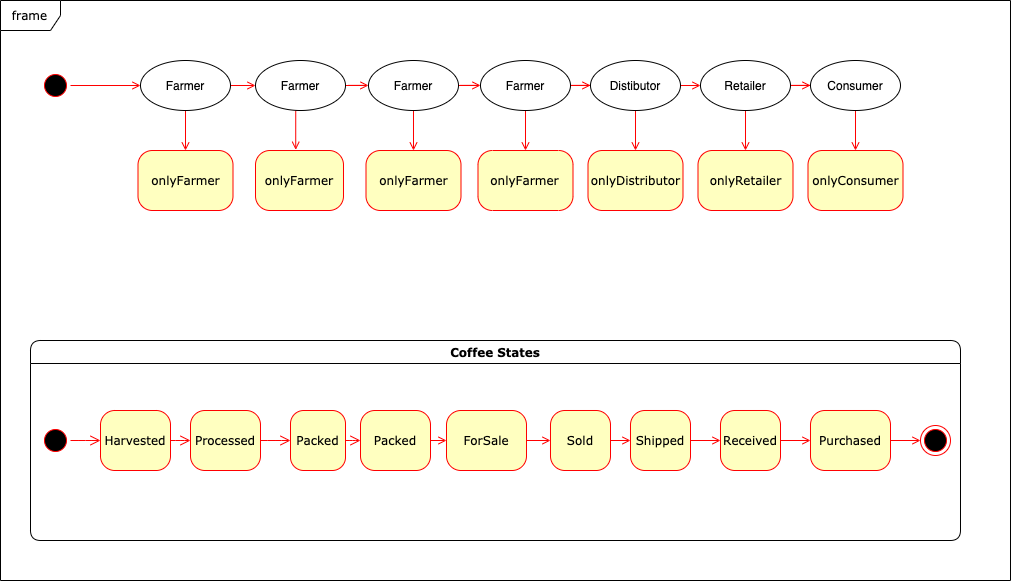
bartosz-lipinski/supplychain-mgmt keeps this draw.io diagram as images/state-diagram.png. Above is the earlier version. Source tidied: cells renumbered, new cells last; positions are measured from the earlier drawing's top-left corner, leaving out a move shared by most shapes.
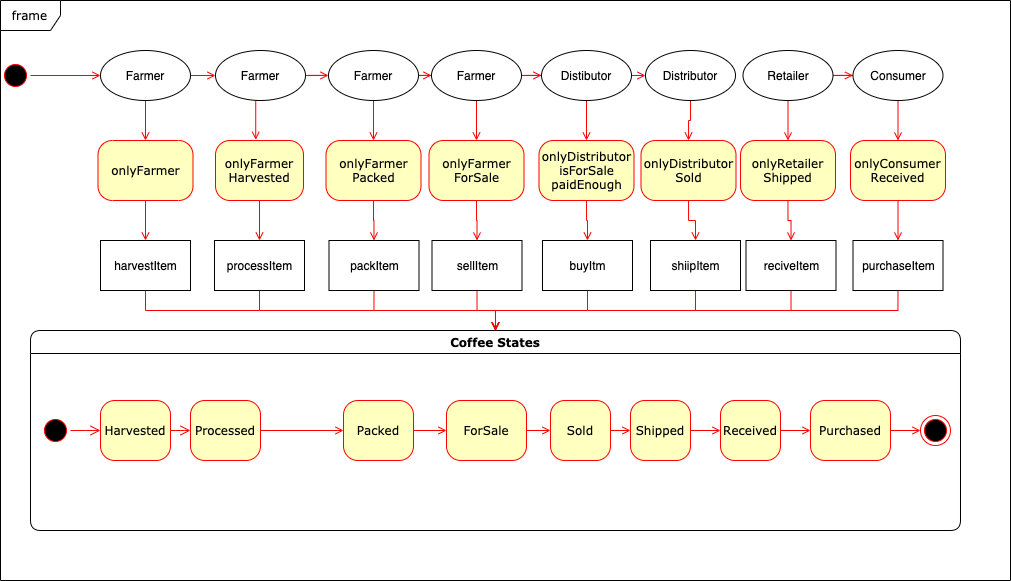
The same file after the commit.

What changed in the source:
```diff
@@ -3,7 +3,7 @@
     <mxCell id="0" />
     <mxCell id="1" parent="0" />
     <mxCell id="2" value="frame" style="shape=umlFrame;whiteSpace=wrap;html=1;rounded=1;shadow=0;comic=0;labelBackgroundColor=none;strokeWidth=1;fontFamily=Verdana;fontSize=12;align=center;" parent="1" vertex="1">
-      <mxGeometry width="1010" height="580" as="geometry" />
+      <mxGeometry x="40" y="10" width="1010" height="580" as="geometry" />
     </mxCell>
     <mxCell id="3" style="edgeStyle=orthogonalEdgeStyle;rounded=0;jettySize=auto;html=1;exitX=0.5;exitY=0;exitDx=0;exitDy=0;endArrow=open;endFill=0;strokeColor=#FF0000;" parent="1" edge="1" source="4" target="30">
       <mxGeometry relative="1" as="geometry" />
@@ -11,11 +11,14 @@
     <mxCell id="4" style="ellipse;html=1;shape=startState;fillColor=#000000;strokeColor=#ff0000;rounded=1;shadow=0;comic=0;labelBackgroundColor=none;fontFamily=Verdana;fontSize=12;fontColor=#000000;align=center;direction=south;" parent="1" vertex="1">
       <mxGeometry x="40" y="70" width="30" height="30" as="geometry" />
     </mxCell>
+    <mxCell id="54" style="edgeStyle=orthogonalEdgeStyle;rounded=0;jettySize=auto;html=1;exitX=0.5;exitY=1;exitDx=0;exitDy=0;entryX=0.5;entryY=0;entryDx=0;entryDy=0;endArrow=open;endFill=0;strokeColor=#FF0000;" parent="1" edge="1" source="5" target="66">
+      <mxGeometry relative="1" as="geometry" />
+    </mxCell>
     <mxCell id="5" value="onlyFarmer" style="rounded=1;whiteSpace=wrap;html=1;arcSize=24;fillColor=#ffffc0;strokeColor=#ff0000;shadow=0;comic=0;labelBackgroundColor=none;fontFamily=Verdana;fontSize=12;fontColor=#000000;align=center;" parent="1" vertex="1">
       <mxGeometry x="137.5" y="150" width="95" height="60" as="geometry" />
     </mxCell>
     <mxCell id="6" value="Coffee States" style="swimlane;whiteSpace=wrap;html=1;rounded=1;shadow=0;comic=0;labelBackgroundColor=none;strokeWidth=1;fontFamily=Verdana;fontSize=12;align=center;startSize=23;" parent="1" vertex="1">
-      <mxGeometry x="30" y="340" width="930" height="200" as="geometry" />
+      <mxGeometry x="70" y="340" width="930" height="200" as="geometry" />
     </mxCell>
     <mxCell id="7" style="edgeStyle=elbowEdgeStyle;html=1;labelBackgroundColor=none;endArrow=open;endSize=8;strokeColor=#ff0000;fontFamily=Verdana;fontSize=12;align=left;" parent="6" edge="1" source="8" target="13">
       <mxGeometry relative="1" as="geometry" />
@@ -32,54 +35,45 @@
     <mxCell id="11" style="ellipse;html=1;shape=startState;fillColor=#000000;strokeColor=#ff0000;rounded=1;shadow=0;comic=0;labelBackgroundColor=none;fontFamily=Verdana;fontSize=12;fontColor=#000000;align=center;direction=south;" parent="6" vertex="1">
       <mxGeometry x="10" y="85" width="30" height="30" as="geometry" />
     </mxCell>
-    <mxCell id="12" style="edgeStyle=elbowEdgeStyle;html=1;labelBackgroundColor=none;endArrow=open;endSize=8;strokeColor=#ff0000;fontFamily=Verdana;fontSize=12;align=left;" parent="6" edge="1" source="13" target="14">
-      <mxGeometry relative="1" as="geometry" />
-    </mxCell>
     <mxCell id="13" value="Processed" style="rounded=1;whiteSpace=wrap;html=1;arcSize=24;fillColor=#ffffc0;strokeColor=#ff0000;shadow=0;comic=0;labelBackgroundColor=none;fontFamily=Verdana;fontSize=12;fontColor=#000000;align=center;" parent="6" vertex="1">
       <mxGeometry x="160" y="70" width="70" height="60" as="geometry" />
     </mxCell>
-    <mxCell id="14" value="Packed" style="rounded=1;whiteSpace=wrap;html=1;arcSize=24;fillColor=#ffffc0;strokeColor=#ff0000;shadow=0;comic=0;labelBackgroundColor=none;fontFamily=Verdana;fontSize=12;fontColor=#000000;align=center;" parent="6" vertex="1">
-      <mxGeometry x="260" y="70" width="55" height="60" as="geometry" />
-    </mxCell>
     <mxCell id="15" style="edgeStyle=orthogonalEdgeStyle;rounded=0;jettySize=auto;html=1;exitX=1;exitY=0.5;exitDx=0;exitDy=0;entryX=0;entryY=0.5;entryDx=0;entryDy=0;endArrow=open;endFill=0;strokeColor=#FF0000;" parent="1" edge="1" source="16" target="24">
       <mxGeometry relative="1" as="geometry" />
     </mxCell>
     <mxCell id="16" value="Shipped" style="rounded=1;whiteSpace=wrap;html=1;arcSize=24;fillColor=#ffffc0;strokeColor=#ff0000;shadow=0;comic=0;labelBackgroundColor=none;fontFamily=Verdana;fontSize=12;fontColor=#000000;align=center;" parent="1" vertex="1">
-      <mxGeometry x="630" y="410" width="60" height="60" as="geometry" />
+      <mxGeometry x="670" y="410" width="60" height="60" as="geometry" />
     </mxCell>
     <mxCell id="17" style="edgeStyle=orthogonalEdgeStyle;rounded=0;jettySize=auto;html=1;exitX=1;exitY=0.5;exitDx=0;exitDy=0;entryX=0;entryY=0.5;entryDx=0;entryDy=0;endArrow=open;endFill=0;strokeColor=#FF0000;" parent="1" edge="1" source="18" target="16">
       <mxGeometry relative="1" as="geometry" />
     </mxCell>
     <mxCell id="18" value="Sold" style="rounded=1;whiteSpace=wrap;html=1;arcSize=24;fillColor=#ffffc0;strokeColor=#ff0000;shadow=0;comic=0;labelBackgroundColor=none;fontFamily=Verdana;fontSize=12;fontColor=#000000;align=center;" parent="1" vertex="1">
-      <mxGeometry x="550" y="410" width="60" height="60" as="geometry" />
+      <mxGeometry x="590" y="410" width="60" height="60" as="geometry" />
     </mxCell>
     <mxCell id="19" style="edgeStyle=orthogonalEdgeStyle;rounded=0;jettySize=auto;html=1;exitX=1;exitY=0.5;exitDx=0;exitDy=0;entryX=0;entryY=0.5;entryDx=0;entryDy=0;endArrow=open;endFill=0;strokeColor=#FF0000;" parent="1" edge="1" source="20" target="18">
       <mxGeometry relative="1" as="geometry" />
     </mxCell>
     <mxCell id="20" value="ForSale" style="rounded=1;whiteSpace=wrap;html=1;arcSize=24;fillColor=#ffffc0;strokeColor=#ff0000;shadow=0;comic=0;labelBackgroundColor=none;fontFamily=Verdana;fontSize=12;fontColor=#000000;align=center;" parent="1" vertex="1">
-      <mxGeometry x="446" y="410" width="80" height="60" as="geometry" />
+      <mxGeometry x="486" y="410" width="80" height="60" as="geometry" />
     </mxCell>
     <mxCell id="21" style="edgeStyle=orthogonalEdgeStyle;rounded=0;jettySize=auto;html=1;exitX=1;exitY=0.5;exitDx=0;exitDy=0;entryX=0;entryY=0.5;entryDx=0;entryDy=0;fillColor=#f8cecc;strokeColor=#FF0000;endArrow=open;endFill=0;" parent="1" edge="1" source="22" target="20">
       <mxGeometry relative="1" as="geometry" />
     </mxCell>
     <mxCell id="22" value="Packed" style="rounded=1;whiteSpace=wrap;html=1;arcSize=24;fillColor=#ffffc0;strokeColor=#ff0000;shadow=0;comic=0;labelBackgroundColor=none;fontFamily=Verdana;fontSize=12;fontColor=#000000;align=center;" parent="1" vertex="1">
-      <mxGeometry x="360" y="410" width="70" height="60" as="geometry" />
+      <mxGeometry x="383" y="410" width="70" height="60" as="geometry" />
     </mxCell>
     <mxCell id="23" style="edgeStyle=orthogonalEdgeStyle;rounded=0;jettySize=auto;html=1;exitX=1;exitY=0.5;exitDx=0;exitDy=0;entryX=0;entryY=0.5;entryDx=0;entryDy=0;endArrow=open;endFill=0;strokeColor=#FF0000;" parent="1" edge="1" source="24" target="26">
       <mxGeometry relative="1" as="geometry" />
     </mxCell>
     <mxCell id="24" value="Received" style="rounded=1;whiteSpace=wrap;html=1;arcSize=24;fillColor=#ffffc0;strokeColor=#ff0000;shadow=0;comic=0;labelBackgroundColor=none;fontFamily=Verdana;fontSize=12;fontColor=#000000;align=center;" parent="1" vertex="1">
-      <mxGeometry x="720" y="410" width="60" height="60" as="geometry" />
+      <mxGeometry x="760" y="410" width="60" height="60" as="geometry" />
     </mxCell>
     <mxCell id="25" style="edgeStyle=orthogonalEdgeStyle;rounded=0;jettySize=auto;html=1;exitX=1;exitY=0.5;exitDx=0;exitDy=0;entryX=0;entryY=0.5;entryDx=0;entryDy=0;endArrow=open;endFill=0;strokeColor=#FF0000;" parent="1" edge="1" source="26" target="9">
       <mxGeometry relative="1" as="geometry" />
     </mxCell>
     <mxCell id="26" value="Purchased" style="rounded=1;whiteSpace=wrap;html=1;arcSize=24;fillColor=#ffffc0;strokeColor=#ff0000;shadow=0;comic=0;labelBackgroundColor=none;fontFamily=Verdana;fontSize=12;fontColor=#000000;align=center;" parent="1" vertex="1">
-      <mxGeometry x="810" y="410" width="80" height="60" as="geometry" />
+      <mxGeometry x="850" y="410" width="80" height="60" as="geometry" />
     </mxCell>
-    <mxCell id="27" style="edgeStyle=elbowEdgeStyle;html=1;labelBackgroundColor=none;endArrow=open;endSize=8;strokeColor=#ff0000;fontFamily=Verdana;fontSize=12;align=left;entryX=0;entryY=0.5;entryDx=0;entryDy=0;" parent="1" edge="1" source="14" target="22">
-      <mxGeometry relative="1" as="geometry" />
-    </mxCell>
     <mxCell id="28" style="edgeStyle=orthogonalEdgeStyle;rounded=0;jettySize=auto;html=1;exitX=0.5;exitY=1;exitDx=0;exitDy=0;endArrow=open;endFill=0;strokeColor=#FF0000;" parent="1" edge="1" source="30" target="5">
       <mxGeometry relative="1" as="geometry" />
     </mxCell>
@@ -114,16 +108,16 @@
       <mxGeometry relative="1" as="geometry" />
     </mxCell>
     <mxCell id="39" value="Farmer" style="ellipse;whiteSpace=wrap;html=1;" parent="1" vertex="1">
-      <mxGeometry x="480" y="60" width="90" height="50" as="geometry" />
+      <mxGeometry x="471" y="60" width="90" height="50" as="geometry" />
     </mxCell>
-    <mxCell id="40" style="edgeStyle=orthogonalEdgeStyle;rounded=0;jettySize=auto;html=1;exitX=1;exitY=0.5;exitDx=0;exitDy=0;entryX=0;entryY=0.5;entryDx=0;entryDy=0;endArrow=open;endFill=0;strokeColor=#FF0000;" parent="1" edge="1" source="42" target="45">
-      <mxGeometry relative="1" as="geometry" />
-    </mxCell>
     <mxCell id="41" style="edgeStyle=orthogonalEdgeStyle;rounded=0;jettySize=auto;html=1;exitX=0.5;exitY=1;exitDx=0;exitDy=0;entryX=0.5;entryY=0;entryDx=0;entryDy=0;endArrow=open;endFill=0;strokeColor=#FF0000;" parent="1" edge="1" source="42" target="51">
       <mxGeometry relative="1" as="geometry" />
     </mxCell>
+    <mxCell id="55" style="edgeStyle=orthogonalEdgeStyle;rounded=0;jettySize=auto;html=1;exitX=1;exitY=0.5;exitDx=0;exitDy=0;entryX=0;entryY=0.5;entryDx=0;entryDy=0;endArrow=open;endFill=0;strokeColor=#FF0000;" parent="1" edge="1" source="42" target="78">
+      <mxGeometry relative="1" as="geometry" />
+    </mxCell>
     <mxCell id="42" value="Distibutor" style="ellipse;whiteSpace=wrap;html=1;" parent="1" vertex="1">
-      <mxGeometry x="590" y="60" width="90" height="50" as="geometry" />
+      <mxGeometry x="581" y="60" width="90" height="50" as="geometry" />
     </mxCell>
     <mxCell id="43" style="edgeStyle=orthogonalEdgeStyle;rounded=0;jettySize=auto;html=1;exitX=1;exitY=0.5;exitDx=0;exitDy=0;endArrow=open;endFill=0;strokeColor=#FF0000;" parent="1" edge="1" source="45" target="47">
       <mxGeometry relative="1" as="geometry" />
@@ -132,31 +126,112 @@
       <mxGeometry relative="1" as="geometry" />
     </mxCell>
     <mxCell id="45" value="Retailer" style="ellipse;whiteSpace=wrap;html=1;" parent="1" vertex="1">
-      <mxGeometry x="700" y="60" width="90" height="50" as="geometry" />
+      <mxGeometry x="782.5" y="60" width="90" height="50" as="geometry" />
     </mxCell>
     <mxCell id="46" style="edgeStyle=orthogonalEdgeStyle;rounded=0;jettySize=auto;html=1;exitX=0.5;exitY=1;exitDx=0;exitDy=0;endArrow=open;endFill=0;strokeColor=#FF0000;" parent="1" edge="1" source="47" target="53">
       <mxGeometry relative="1" as="geometry" />
     </mxCell>
     <mxCell id="47" value="Consumer" style="ellipse;whiteSpace=wrap;html=1;" parent="1" vertex="1">
-      <mxGeometry x="810" y="60" width="90" height="50" as="geometry" />
+      <mxGeometry x="892.5" y="60" width="90" height="50" as="geometry" />
     </mxCell>
+    <mxCell id="56" style="edgeStyle=orthogonalEdgeStyle;rounded=0;jettySize=auto;html=1;exitX=0.5;exitY=1;exitDx=0;exitDy=0;endArrow=open;endFill=0;strokeColor=#FF0000;" parent="1" edge="1" source="48" target="68">
+      <mxGeometry relative="1" as="geometry" />
+    </mxCell>
-    <mxCell id="48" value="onlyFarmer" style="rounded=1;whiteSpace=wrap;html=1;arcSize=24;fillColor=#ffffc0;strokeColor=#ff0000;shadow=0;comic=0;labelBackgroundColor=none;fontFamily=Verdana;fontSize=12;fontColor=#000000;align=center;" parent="1" vertex="1">
+    <mxCell id="48" value="onlyFarmer&lt;br&gt;Harvested" style="rounded=1;whiteSpace=wrap;html=1;arcSize=24;fillColor=#ffffc0;strokeColor=#ff0000;shadow=0;comic=0;labelBackgroundColor=none;fontFamily=Verdana;fontSize=12;fontColor=#000000;align=center;" parent="1" vertex="1">
       <mxGeometry x="255" y="150" width="88" height="60" as="geometry" />
     </mxCell>
+    <mxCell id="57" style="edgeStyle=orthogonalEdgeStyle;rounded=0;jettySize=auto;html=1;exitX=0.5;exitY=1;exitDx=0;exitDy=0;endArrow=open;endFill=0;strokeColor=#FF0000;" parent="1" edge="1" source="49" target="70">
+      <mxGeometry relative="1" as="geometry" />
+    </mxCell>
-    <mxCell id="49" value="onlyFarmer" style="rounded=1;whiteSpace=wrap;html=1;arcSize=24;fillColor=#ffffc0;strokeColor=#ff0000;shadow=0;comic=0;labelBackgroundColor=none;fontFamily=Verdana;fontSize=12;fontColor=#000000;align=center;" parent="1" vertex="1">
+    <mxCell id="49" value="onlyFarmer&lt;br&gt;Packed" style="rounded=1;whiteSpace=wrap;html=1;arcSize=24;fillColor=#ffffc0;strokeColor=#ff0000;shadow=0;comic=0;labelBackgroundColor=none;fontFamily=Verdana;fontSize=12;fontColor=#000000;align=center;" parent="1" vertex="1">
       <mxGeometry x="365.5" y="150" width="95" height="60" as="geometry" />
     </mxCell>
+    <mxCell id="58" style="edgeStyle=orthogonalEdgeStyle;rounded=0;jettySize=auto;html=1;exitX=0.5;exitY=1;exitDx=0;exitDy=0;entryX=0.5;entryY=0;entryDx=0;entryDy=0;endArrow=open;endFill=0;strokeColor=#FF0000;" parent="1" edge="1" source="50" target="72">
+      <mxGeometry relative="1" as="geometry" />
+    </mxCell>
-    <mxCell id="50" value="onlyFarmer" style="rounded=1;whiteSpace=wrap;html=1;arcSize=24;fillColor=#ffffc0;strokeColor=#ff0000;shadow=0;comic=0;labelBackgroundColor=none;fontFamily=Verdana;fontSize=12;fontColor=#000000;align=center;" parent="1" vertex="1">
-      <mxGeometry x="477.5" y="150" width="95" height="60" as="geometry" />
+    <mxCell id="50" value="onlyFarmer&lt;br&gt;ForSale" style="rounded=1;whiteSpace=wrap;html=1;arcSize=24;fillColor=#ffffc0;strokeColor=#ff0000;shadow=0;comic=0;labelBackgroundColor=none;fontFamily=Verdana;fontSize=12;fontColor=#000000;align=center;" parent="1" vertex="1">
+      <mxGeometry x="468.5" y="150" width="95" height="60" as="geometry" />
     </mxCell>
+    <mxCell id="59" style="edgeStyle=orthogonalEdgeStyle;rounded=0;jettySize=auto;html=1;exitX=0.5;exitY=1;exitDx=0;exitDy=0;entryX=0.5;entryY=0;entryDx=0;entryDy=0;endArrow=open;endFill=0;strokeColor=#FF0000;" parent="1" edge="1" source="51" target="74">
+      <mxGeometry relative="1" as="geometry" />
+    </mxCell>
-    <mxCell id="51" value="onlyDistributor" style="rounded=1;whiteSpace=wrap;html=1;arcSize=24;fillColor=#ffffc0;strokeColor=#ff0000;shadow=0;comic=0;labelBackgroundColor=none;fontFamily=Verdana;fontSize=12;fontColor=#000000;align=center;" parent="1" vertex="1">
-      <mxGeometry x="587.5" y="150" width="95" height="60" as="geometry" />
+    <mxCell id="51" value="onlyDistributor&lt;br&gt;isForSale&lt;br&gt;paidEnough" style="rounded=1;whiteSpace=wrap;html=1;arcSize=24;fillColor=#ffffc0;strokeColor=#ff0000;shadow=0;comic=0;labelBackgroundColor=none;fontFamily=Verdana;fontSize=12;fontColor=#000000;align=center;" parent="1" vertex="1">
+      <mxGeometry x="578.5" y="150" width="95" height="60" as="geometry" />
     </mxCell>
+    <mxCell id="60" style="edgeStyle=orthogonalEdgeStyle;rounded=0;jettySize=auto;html=1;endArrow=open;endFill=0;strokeColor=#FF0000;" parent="1" edge="1" source="52" target="76">
+      <mxGeometry relative="1" as="geometry" />
+    </mxCell>
-    <mxCell id="52" value="onlyRetailer" style="rounded=1;whiteSpace=wrap;html=1;arcSize=24;fillColor=#ffffc0;strokeColor=#ff0000;shadow=0;comic=0;labelBackgroundColor=none;fontFamily=Verdana;fontSize=12;fontColor=#000000;align=center;" parent="1" vertex="1">
-      <mxGeometry x="697.5" y="150" width="95" height="60" as="geometry" />
+    <mxCell id="52" value="onlyRetailer&lt;br&gt;Shipped" style="rounded=1;whiteSpace=wrap;html=1;arcSize=24;fillColor=#ffffc0;strokeColor=#ff0000;shadow=0;comic=0;labelBackgroundColor=none;fontFamily=Verdana;fontSize=12;fontColor=#000000;align=center;" parent="1" vertex="1">
+      <mxGeometry x="780" y="150" width="95" height="60" as="geometry" />
     </mxCell>
+    <mxCell id="61" style="edgeStyle=orthogonalEdgeStyle;rounded=0;jettySize=auto;html=1;endArrow=open;endFill=0;strokeColor=#FF0000;" parent="1" edge="1" source="53" target="64">
+      <mxGeometry relative="1" as="geometry" />
+    </mxCell>
-    <mxCell id="53" value="onlyConsumer" style="rounded=1;whiteSpace=wrap;html=1;arcSize=24;fillColor=#ffffc0;strokeColor=#ff0000;shadow=0;comic=0;labelBackgroundColor=none;fontFamily=Verdana;fontSize=12;fontColor=#000000;align=center;" parent="1" vertex="1">
-      <mxGeometry x="807.5" y="150" width="95" height="60" as="geometry" />
+    <mxCell id="53" value="onlyConsumer&lt;br&gt;Received" style="rounded=1;whiteSpace=wrap;html=1;arcSize=24;fillColor=#ffffc0;strokeColor=#ff0000;shadow=0;comic=0;labelBackgroundColor=none;fontFamily=Verdana;fontSize=12;fontColor=#000000;align=center;" parent="1" vertex="1">
+      <mxGeometry x="890" y="150" width="95" height="60" as="geometry" />
     </mxCell>
+    <mxCell id="62" style="edgeStyle=orthogonalEdgeStyle;rounded=0;jettySize=auto;html=1;exitX=1;exitY=0.5;exitDx=0;exitDy=0;entryX=0;entryY=0.5;entryDx=0;entryDy=0;endArrow=open;endFill=0;strokeColor=#FF0000;" parent="1" edge="1" source="13" target="22">
+      <mxGeometry relative="1" as="geometry" />
+    </mxCell>
+    <mxCell id="63" style="edgeStyle=orthogonalEdgeStyle;rounded=0;jettySize=auto;html=1;exitX=0.5;exitY=1;exitDx=0;exitDy=0;endArrow=open;endFill=0;strokeColor=#FF0000;" parent="1" edge="1" source="64" target="6">
+      <mxGeometry relative="1" as="geometry" />
+    </mxCell>
+    <mxCell id="64" value="purchaseItem" style="html=1;" parent="1" vertex="1">
+      <mxGeometry x="892.5" y="250" width="90" height="50" as="geometry" />
+    </mxCell>
+    <mxCell id="65" style="edgeStyle=orthogonalEdgeStyle;rounded=0;jettySize=auto;html=1;exitX=0.5;exitY=1;exitDx=0;exitDy=0;endArrow=open;endFill=0;strokeColor=#FF0000;" parent="1" edge="1" source="66" target="6">
+      <mxGeometry relative="1" as="geometry" />
+    </mxCell>
+    <mxCell id="66" value="harvestItem" style="html=1;" parent="1" vertex="1">
+      <mxGeometry x="140" y="250" width="90" height="50" as="geometry" />
+    </mxCell>
+    <mxCell id="67" style="edgeStyle=orthogonalEdgeStyle;rounded=0;jettySize=auto;html=1;exitX=0.5;exitY=1;exitDx=0;exitDy=0;endArrow=open;endFill=0;strokeColor=#FF0000;" parent="1" edge="1" source="68" target="6">
+      <mxGeometry relative="1" as="geometry" />
+    </mxCell>
+    <mxCell id="68" value="processItem" style="html=1;" parent="1" vertex="1">
+      <mxGeometry x="254" y="250" width="90" height="50" as="geometry" />
+    </mxCell>
+    <mxCell id="69" style="edgeStyle=orthogonalEdgeStyle;rounded=0;jettySize=auto;html=1;exitX=0.5;exitY=1;exitDx=0;exitDy=0;endArrow=open;endFill=0;strokeColor=#FF0000;" parent="1" edge="1" source="70" target="6">
+      <mxGeometry relative="1" as="geometry" />
+    </mxCell>
+    <mxCell id="70" value="packItem" style="html=1;" parent="1" vertex="1">
+      <mxGeometry x="368.5" y="250" width="90" height="50" as="geometry" />
+    </mxCell>
+    <mxCell id="71" style="edgeStyle=orthogonalEdgeStyle;rounded=0;jettySize=auto;html=1;exitX=0.5;exitY=1;exitDx=0;exitDy=0;endArrow=open;endFill=0;strokeColor=#FF0000;" parent="1" edge="1" source="72" target="6">
+      <mxGeometry relative="1" as="geometry" />
+    </mxCell>
+    <mxCell id="72" value="sellItem" style="html=1;" parent="1" vertex="1">
+      <mxGeometry x="471.5" y="250" width="90" height="50" as="geometry" />
+    </mxCell>
+    <mxCell id="73" style="edgeStyle=orthogonalEdgeStyle;rounded=0;jettySize=auto;html=1;exitX=0.5;exitY=1;exitDx=0;exitDy=0;endArrow=open;endFill=0;strokeColor=#FF0000;" parent="1" edge="1" source="74" target="6">
+      <mxGeometry relative="1" as="geometry" />
+    </mxCell>
+    <mxCell id="74" value="buyItm" style="html=1;" parent="1" vertex="1">
+      <mxGeometry x="582" y="250" width="90" height="50" as="geometry" />
+    </mxCell>
+    <mxCell id="75" style="edgeStyle=orthogonalEdgeStyle;rounded=0;jettySize=auto;html=1;exitX=0.5;exitY=1;exitDx=0;exitDy=0;endArrow=open;endFill=0;strokeColor=#FF0000;" parent="1" edge="1" source="76" target="6">
+      <mxGeometry relative="1" as="geometry" />
+    </mxCell>
+    <mxCell id="76" value="reciveItem" style="html=1;" parent="1" vertex="1">
+      <mxGeometry x="785.5" y="250" width="90" height="50" as="geometry" />
+    </mxCell>
+    <mxCell id="77" style="edgeStyle=orthogonalEdgeStyle;rounded=0;jettySize=auto;html=1;endArrow=open;endFill=0;strokeColor=#FF0000;" parent="1" edge="1" source="78" target="80">
+      <mxGeometry relative="1" as="geometry" />
+    </mxCell>
+    <mxCell id="78" value="Distributor" style="ellipse;whiteSpace=wrap;html=1;" parent="1" vertex="1">
+      <mxGeometry x="685" y="60" width="90" height="50" as="geometry" />
+    </mxCell>
+    <mxCell id="79" style="edgeStyle=orthogonalEdgeStyle;rounded=0;jettySize=auto;html=1;endArrow=open;endFill=0;strokeColor=#FF0000;" parent="1" edge="1" source="80" target="82">
+      <mxGeometry relative="1" as="geometry" />
+    </mxCell>
+    <mxCell id="80" value="onlyDistributor&lt;br&gt;Sold" style="rounded=1;whiteSpace=wrap;html=1;arcSize=24;fillColor=#ffffc0;strokeColor=#ff0000;shadow=0;comic=0;labelBackgroundColor=none;fontFamily=Verdana;fontSize=12;fontColor=#000000;align=center;" parent="1" vertex="1">
+      <mxGeometry x="680.5" y="150" width="95" height="60" as="geometry" />
+    </mxCell>
+    <mxCell id="81" style="edgeStyle=orthogonalEdgeStyle;rounded=0;jettySize=auto;html=1;exitX=0.5;exitY=1;exitDx=0;exitDy=0;endArrow=open;endFill=0;strokeColor=#FF0000;" parent="1" edge="1" source="82" target="6">
+      <mxGeometry relative="1" as="geometry" />
+    </mxCell>
+    <mxCell id="82" value="shiipItem" style="html=1;" parent="1" vertex="1">
+      <mxGeometry x="690" y="250" width="90" height="50" as="geometry" />
+    </mxCell>
   </root>
 </mxGraphModel>
```
